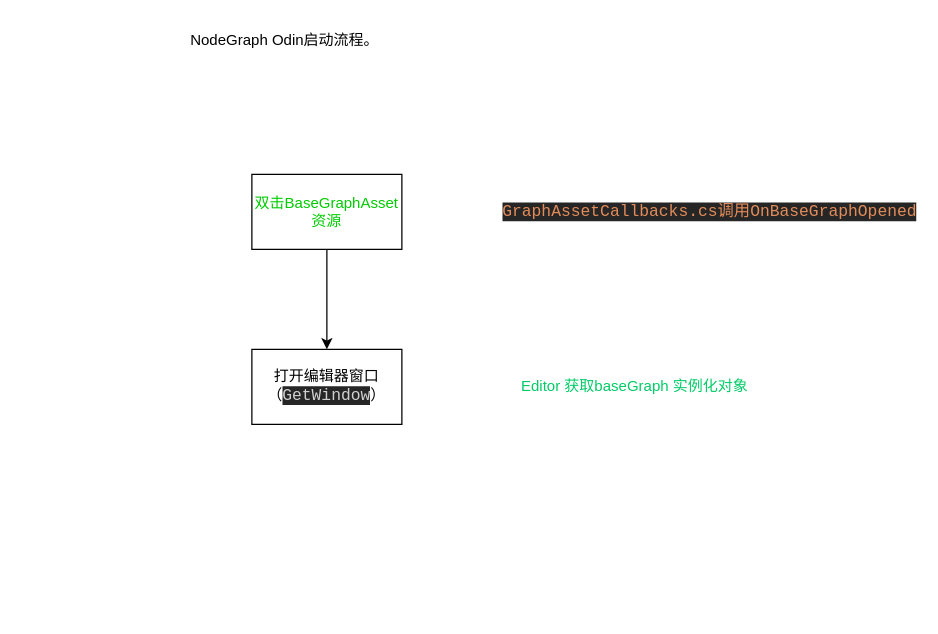
This is NodeGraph/NodeGraph_Odin使用.drawio from xzp3094997376/DrawIO, a draw.io file, before an edit. Source tidied: cells renumbered, new cells numbered last; positions are measured from the earlier drawing's top-left corner, leaving out a move shared by most shapes. Both pictures are drawn from the tidied source at 125%, with x=0, y=0 at pixel (178, 21).
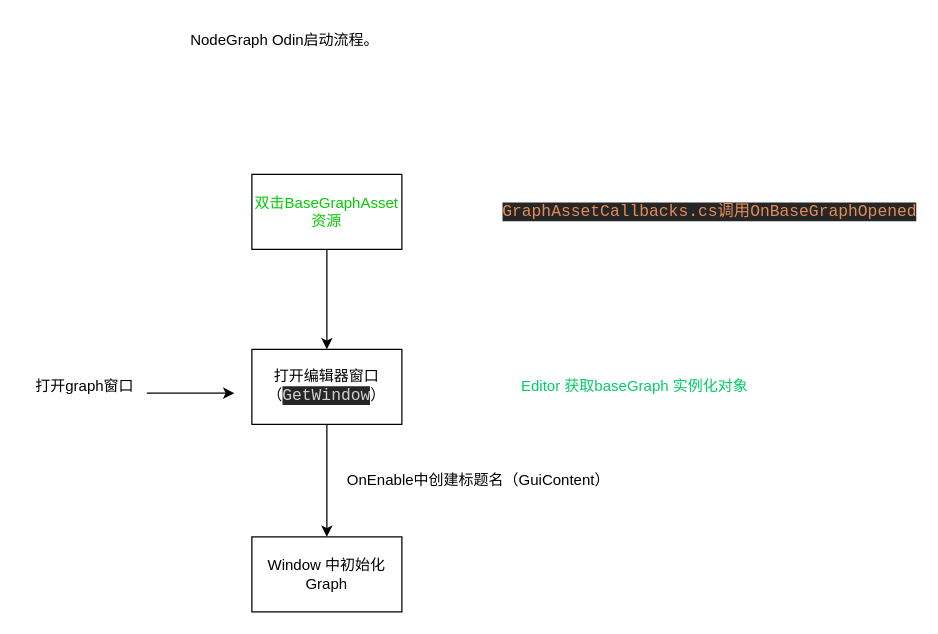
Above is the later version.

What changed in the source:
```diff
@@
 <mxGraphModel>
   <root>
     <mxCell id="0" />
     <mxCell id="1" parent="0" />
     <mxCell id="2" style="edgeStyle=orthogonalEdgeStyle;rounded=0;jettySize=auto;html=1;" parent="1" edge="1" source="3" target="5">
       <mxGeometry relative="1" as="geometry" />
     </mxCell>
     <mxCell id="3" value="&lt;font style=&quot;--darkreader-inline-color: #6aff5b;&quot; color=&quot;#00cc00&quot;&gt;双击BaseGraphAsset资源&lt;/font&gt;" style="whiteSpace=wrap;html=1;" parent="1" vertex="1">
       <mxGeometry x="59" y="122" width="120" height="60" as="geometry" />
     </mxCell>
     <mxCell id="4" value="NodeGraph Odin启动流程。" style="text;html=1;align=center;verticalAlign=middle;strokeColor=none;fillColor=none;" parent="1" vertex="1">
       <mxGeometry width="170" height="30" as="geometry" />
     </mxCell>
     <mxCell id="5" value="打开编辑器窗口（&lt;span style=&quot;background-color: rgb(38, 38, 38); color: rgb(208, 208, 208); font-family: &amp;quot;JetBrains Mono&amp;quot;, monospace; font-size: 9.8pt; --darkreader-inline-bgcolor: #212221; --darkreader-inline-color: #e2d8c8;&quot;&gt;GetWindow&lt;/span&gt;&lt;span style=&quot;background-color: initial; color: rgb(0, 0, 0); --darkreader-inline-bgcolor: initial; --darkreader-inline-color: #fffbec;&quot;&gt;）&lt;/span&gt;" style="whiteSpace=wrap;html=1;" parent="1" vertex="1">
       <mxGeometry x="59" y="262" width="120" height="60" as="geometry" />
     </mxCell>
     <mxCell id="6" value="&lt;blockquote style=&quot;margin: 0px 0px 0px 40px; border: none; padding: 0px; --darkreader-inline-border-top: none; --darkreader-inline-border-right: none; --darkreader-inline-border-bottom: none; --darkreader-inline-border-left: none;&quot;&gt;&lt;pre style=&quot;background-color: rgb(38, 38, 38); font-family: &amp;quot;JetBrains Mono&amp;quot;, monospace; font-size: 9.8pt; --darkreader-inline-bgcolor: #212221;&quot;&gt;&lt;font style=&quot;--darkreader-inline-color: #eaa273;&quot; color=&quot;#e28c5a&quot;&gt;GraphAssetCallbacks.cs调用OnBaseGraphOpened&lt;/font&gt;&lt;/pre&gt;&lt;/blockquote&gt;" style="text;html=1;align=center;verticalAlign=middle;strokeColor=none;fillColor=none;" parent="1" vertex="1">
       <mxGeometry x="225" y="122" width="360" height="60" as="geometry" />
     </mxCell>
     <mxCell id="7" value="&lt;font color=&quot;#00cc66&quot; style=&quot;--darkreader-inline-color: #6effab; --darkreader-inline-bgcolor: transparent; background-color: transparent;&quot;&gt;Editor 获取baseGraph 实例化对象&lt;/font&gt;" style="text;html=1;align=center;verticalAlign=middle;strokeColor=none;fillColor=none;" parent="1" vertex="1">
       <mxGeometry x="265" y="277" width="200" height="30" as="geometry" />
     </mxCell>
+    <mxCell id="8" value="打开graph窗口" style="text;html=1;align=center;verticalAlign=middle;strokeColor=none;fillColor=none;" parent="1" vertex="1">
+      <mxGeometry x="-125" y="277" width="100" height="30" as="geometry" />
+    </mxCell>
+    <mxCell id="9" style="endArrow=classic;html=1;rounded=0;" parent="1" edge="1">
+      <mxGeometry relative="1" as="geometry">
+        <mxPoint x="-25" y="297" as="sourcePoint" />
+        <mxPoint x="45" y="297" as="targetPoint" />
+      </mxGeometry>
+    </mxCell>
+    <mxCell id="10" value="Window 中初始化Grap&lt;span style=&quot;background-color: initial; color: rgb(0, 0, 0); --darkreader-inline-bgcolor: initial; --darkreader-inline-color: #fffbec;&quot;&gt;h&lt;/span&gt;" style="whiteSpace=wrap;html=1;" parent="1" vertex="1">
+      <mxGeometry x="59" y="412" width="120" height="60" as="geometry" />
+    </mxCell>
+    <mxCell id="11" style="endArrow=classic;html=1;rounded=0;exitX=0.5;exitY=1;exitDx=0;exitDy=0;" parent="1" edge="1" source="5" target="10">
+      <mxGeometry relative="1" as="geometry" />
+    </mxCell>
+    <mxCell id="12" value="OnEnable中创建标题名（GuiContent）" style="text;html=1;align=center;verticalAlign=middle;strokeColor=none;fillColor=none;" parent="1" vertex="1">
+      <mxGeometry x="125" y="352" width="230" height="30" as="geometry" />
+    </mxCell>
   </root>
 </mxGraphModel>
```
